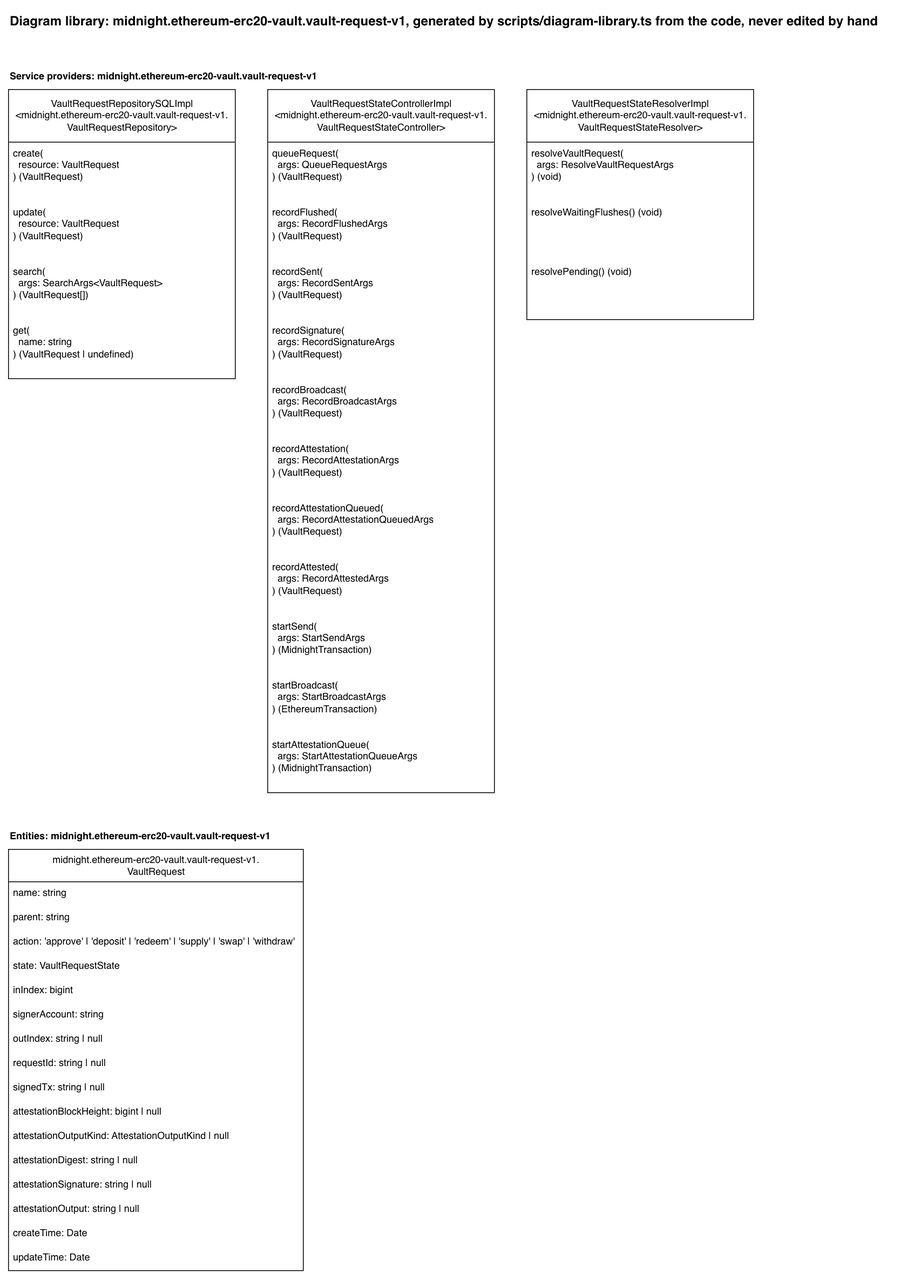
sig-net/full-stack-demo keeps this draw.io diagram as docs/diagram-library/midnight/ethereum-erc20-vault/vault-request-v1/diagram-library.drawio.png. Above is the earlier version. Source tidied: cells renumbered, new cells last; positions are measured from the earlier drawing's top-left corner, leaving out a move shared by most shapes. Source of this version:
```xml
<mxGraphModel>
  <root>
    <mxCell id="0" />
    <mxCell id="1" parent="0" />
    <mxCell id="2" value="Diagram library: midnight.ethereum-erc20-vault.vault-request-v1, generated by scripts/diagram-library.ts from the code, never edited by hand" style="text;html=1;fontStyle=1;fontSize=16;" parent="1" vertex="1">
      <mxGeometry width="1115" height="30" as="geometry" />
    </mxCell>
    <mxCell id="3" value="Service providers: midnight.ethereum-erc20-vault.vault-request-v1" style="text;html=1;fontStyle=1;" parent="1" vertex="1">
      <mxGeometry y="70" width="407" height="20" as="geometry" />
    </mxCell>
    <mxCell id="4" value="VaultRequestRepositorySQLImpl&lt;br&gt;&amp;lt;midnight.ethereum-erc20-vault.vault-request-v1.&lt;br&gt;VaultRequestRepository&amp;gt;" style="swimlane;fontStyle=0;horizontal=1;startSize=65;fillColor=default;html=1;fillStyle=solid;" parent="1" vertex="1">
      <mxGeometry y="100" width="280" height="357" as="geometry" />
    </mxCell>
    <mxCell id="5" value="create(&lt;br&gt;&amp;nbsp; resource: VaultRequest&lt;br&gt;) (VaultRequest)" style="text;strokeColor=none;fillColor=none;align=left;verticalAlign=top;spacingLeft=4;spacingRight=4;overflow=hidden;whiteSpace=wrap;html=1;" parent="4" vertex="1">
      <mxGeometry y="65" width="280" height="73" as="geometry" />
    </mxCell>
    <mxCell id="6" value="update(&lt;br&gt;&amp;nbsp; resource: VaultRequest&lt;br&gt;) (VaultRequest)" style="text;strokeColor=none;fillColor=none;align=left;verticalAlign=top;spacingLeft=4;spacingRight=4;overflow=hidden;whiteSpace=wrap;html=1;" parent="4" vertex="1">
      <mxGeometry y="138" width="280" height="73" as="geometry" />
    </mxCell>
    <mxCell id="7" value="search(&lt;br&gt;&amp;nbsp; args: SearchArgs&amp;lt;VaultRequest&amp;gt;&lt;br&gt;) (VaultRequest[])" style="text;strokeColor=none;fillColor=none;align=left;verticalAlign=top;spacingLeft=4;spacingRight=4;overflow=hidden;whiteSpace=wrap;html=1;" parent="4" vertex="1">
      <mxGeometry y="211" width="280" height="73" as="geometry" />
    </mxCell>
    <mxCell id="8" value="get(&lt;br&gt;&amp;nbsp; name: string&lt;br&gt;) (VaultRequest | undefined)" style="text;strokeColor=none;fillColor=none;align=left;verticalAlign=top;spacingLeft=4;spacingRight=4;overflow=hidden;whiteSpace=wrap;html=1;" parent="4" vertex="1">
      <mxGeometry y="284" width="280" height="73" as="geometry" />
    </mxCell>
    <mxCell id="9" value="VaultRequestStateControllerImpl&lt;br&gt;&amp;lt;midnight.ethereum-erc20-vault.vault-request-v1.&lt;br&gt;VaultRequestStateController&amp;gt;" style="swimlane;fontStyle=0;horizontal=1;startSize=65;fillColor=default;html=1;fillStyle=solid;" parent="1" vertex="1">
      <mxGeometry x="320" y="100" width="280" height="868" as="geometry" />
    </mxCell>
    <mxCell id="10" value="queueRequest(&lt;br&gt;&amp;nbsp; args: QueueRequestArgs&lt;br&gt;) (VaultRequest)" style="text;strokeColor=none;fillColor=none;align=left;verticalAlign=top;spacingLeft=4;spacingRight=4;overflow=hidden;whiteSpace=wrap;html=1;" parent="9" vertex="1">
      <mxGeometry y="65" width="280" height="73" as="geometry" />
    </mxCell>
    <mxCell id="11" value="recordFlushed(&lt;br&gt;&amp;nbsp; args: RecordFlushedArgs&lt;br&gt;) (VaultRequest)" style="text;strokeColor=none;fillColor=none;align=left;verticalAlign=top;spacingLeft=4;spacingRight=4;overflow=hidden;whiteSpace=wrap;html=1;" parent="9" vertex="1">
      <mxGeometry y="138" width="280" height="73" as="geometry" />
    </mxCell>
    <mxCell id="12" value="recordSent(&lt;br&gt;&amp;nbsp; args: RecordSentArgs&lt;br&gt;) (VaultRequest)" style="text;strokeColor=none;fillColor=none;align=left;verticalAlign=top;spacingLeft=4;spacingRight=4;overflow=hidden;whiteSpace=wrap;html=1;" parent="9" vertex="1">
      <mxGeometry y="211" width="280" height="73" as="geometry" />
    </mxCell>
    <mxCell id="13" value="recordSignature(&lt;br&gt;&amp;nbsp; args: RecordSignatureArgs&lt;br&gt;) (VaultRequest)" style="text;strokeColor=none;fillColor=none;align=left;verticalAlign=top;spacingLeft=4;spacingRight=4;overflow=hidden;whiteSpace=wrap;html=1;" parent="9" vertex="1">
      <mxGeometry y="284" width="280" height="73" as="geometry" />
    </mxCell>
    <mxCell id="14" value="recordBroadcast(&lt;br&gt;&amp;nbsp; args: RecordBroadcastArgs&lt;br&gt;) (VaultRequest)" style="text;strokeColor=none;fillColor=none;align=left;verticalAlign=top;spacingLeft=4;spacingRight=4;overflow=hidden;whiteSpace=wrap;html=1;" parent="9" vertex="1">
      <mxGeometry y="357" width="280" height="73" as="geometry" />
    </mxCell>
    <mxCell id="15" value="recordAttestation(&lt;br&gt;&amp;nbsp; args: RecordAttestationArgs&lt;br&gt;) (VaultRequest)" style="text;strokeColor=none;fillColor=none;align=left;verticalAlign=top;spacingLeft=4;spacingRight=4;overflow=hidden;whiteSpace=wrap;html=1;" parent="9" vertex="1">
      <mxGeometry y="430" width="280" height="73" as="geometry" />
    </mxCell>
    <mxCell id="16" value="recordAttestationQueued(&lt;br&gt;&amp;nbsp; args: RecordAttestationQueuedArgs&lt;br&gt;) (VaultRequest)" style="text;strokeColor=none;fillColor=none;align=left;verticalAlign=top;spacingLeft=4;spacingRight=4;overflow=hidden;whiteSpace=wrap;html=1;" parent="9" vertex="1">
      <mxGeometry y="503" width="280" height="73" as="geometry" />
    </mxCell>
    <mxCell id="17" value="recordAttested(&lt;br&gt;&amp;nbsp; args: RecordAttestedArgs&lt;br&gt;) (VaultRequest)" style="text;strokeColor=none;fillColor=none;align=left;verticalAlign=top;spacingLeft=4;spacingRight=4;overflow=hidden;whiteSpace=wrap;html=1;" parent="9" vertex="1">
      <mxGeometry y="576" width="280" height="73" as="geometry" />
    </mxCell>
    <mxCell id="18" value="startSend(&lt;br&gt;&amp;nbsp; args: StartSendArgs&lt;br&gt;) (MidnightTransaction)" style="text;strokeColor=none;fillColor=none;align=left;verticalAlign=top;spacingLeft=4;spacingRight=4;overflow=hidden;whiteSpace=wrap;html=1;" parent="9" vertex="1">
      <mxGeometry y="649" width="280" height="73" as="geometry" />
    </mxCell>
    <mxCell id="19" value="startBroadcast(&lt;br&gt;&amp;nbsp; args: StartBroadcastArgs&lt;br&gt;) (EthereumTransaction)" style="text;strokeColor=none;fillColor=none;align=left;verticalAlign=top;spacingLeft=4;spacingRight=4;overflow=hidden;whiteSpace=wrap;html=1;" parent="9" vertex="1">
      <mxGeometry y="722" width="280" height="73" as="geometry" />
    </mxCell>
    <mxCell id="20" value="startAttestationQueue(&lt;br&gt;&amp;nbsp; args: StartAttestationQueueArgs&lt;br&gt;) (MidnightTransaction)" style="text;strokeColor=none;fillColor=none;align=left;verticalAlign=top;spacingLeft=4;spacingRight=4;overflow=hidden;whiteSpace=wrap;html=1;" parent="9" vertex="1">
      <mxGeometry y="795" width="280" height="73" as="geometry" />
    </mxCell>
    <mxCell id="21" value="VaultRequestStateResolverImpl&lt;br&gt;&amp;lt;midnight.ethereum-erc20-vault.vault-request-v1.&lt;br&gt;VaultRequestStateResolver&amp;gt;" style="swimlane;fontStyle=0;horizontal=1;startSize=65;fillColor=default;html=1;fillStyle=solid;" parent="1" vertex="1">
      <mxGeometry x="640" y="100" width="280" height="284" as="geometry" />
    </mxCell>
    <mxCell id="22" value="resolveVaultRequest(&lt;br&gt;&amp;nbsp; args: ResolveVaultRequestArgs&lt;br&gt;) (void)" style="text;strokeColor=none;fillColor=none;align=left;verticalAlign=top;spacingLeft=4;spacingRight=4;overflow=hidden;whiteSpace=wrap;html=1;" parent="21" vertex="1">
      <mxGeometry y="65" width="280" height="73" as="geometry" />
    </mxCell>
    <mxCell id="23" value="resolveWaitingFlushes() (void)" style="text;strokeColor=none;fillColor=none;align=left;verticalAlign=top;spacingLeft=4;spacingRight=4;overflow=hidden;whiteSpace=wrap;html=1;" parent="21" vertex="1">
      <mxGeometry y="138" width="280" height="73" as="geometry" />
    </mxCell>
    <mxCell id="24" value="resolvePending() (void)" style="text;strokeColor=none;fillColor=none;align=left;verticalAlign=top;spacingLeft=4;spacingRight=4;overflow=hidden;whiteSpace=wrap;html=1;" parent="21" vertex="1">
      <mxGeometry y="211" width="280" height="73" as="geometry" />
    </mxCell>
    <mxCell id="25" value="Entities: midnight.ethereum-erc20-vault.vault-request-v1" style="text;html=1;fontStyle=1;" parent="1" vertex="1">
      <mxGeometry y="1008" width="348" height="20" as="geometry" />
    </mxCell>
    <mxCell id="26" value="midnight.ethereum-erc20-vault.vault-request-v1.&lt;br&gt;VaultRequest" style="swimlane;fontStyle=0;horizontal=1;startSize=40;fillColor=default;html=1;fillStyle=solid;" parent="1" vertex="1">
      <mxGeometry y="1038" width="364" height="520" as="geometry" />
    </mxCell>
    <mxCell id="27" value="name: string" style="text;strokeColor=none;fillColor=none;align=left;verticalAlign=top;spacingLeft=4;spacingRight=4;overflow=hidden;whiteSpace=wrap;html=1;" parent="26" vertex="1">
      <mxGeometry y="40" width="364" height="30" as="geometry" />
    </mxCell>
    <mxCell id="28" value="parent: string" style="text;strokeColor=none;fillColor=none;align=left;verticalAlign=top;spacingLeft=4;spacingRight=4;overflow=hidden;whiteSpace=wrap;html=1;" parent="26" vertex="1">
      <mxGeometry y="70" width="364" height="30" as="geometry" />
    </mxCell>
    <mxCell id="29" value="action: 'approve' | 'deposit' | 'redeem' | 'supply' | 'swap' | 'withdraw'" style="text;strokeColor=none;fillColor=none;align=left;verticalAlign=top;spacingLeft=4;spacingRight=4;overflow=hidden;whiteSpace=wrap;html=1;" parent="26" vertex="1">
      <mxGeometry y="100" width="364" height="30" as="geometry" />
    </mxCell>
    <mxCell id="30" value="state: VaultRequestState" style="text;strokeColor=none;fillColor=none;align=left;verticalAlign=top;spacingLeft=4;spacingRight=4;overflow=hidden;whiteSpace=wrap;html=1;" parent="26" vertex="1">
      <mxGeometry y="130" width="364" height="30" as="geometry" />
    </mxCell>
    <mxCell id="31" value="inIndex: bigint" style="text;strokeColor=none;fillColor=none;align=left;verticalAlign=top;spacingLeft=4;spacingRight=4;overflow=hidden;whiteSpace=wrap;html=1;" parent="26" vertex="1">
      <mxGeometry y="160" width="364" height="30" as="geometry" />
    </mxCell>
    <mxCell id="32" value="signerAccount: string" style="text;strokeColor=none;fillColor=none;align=left;verticalAlign=top;spacingLeft=4;spacingRight=4;overflow=hidden;whiteSpace=wrap;html=1;" parent="26" vertex="1">
      <mxGeometry y="190" width="364" height="30" as="geometry" />
    </mxCell>
    <mxCell id="33" value="outIndex: string | null" style="text;strokeColor=none;fillColor=none;align=left;verticalAlign=top;spacingLeft=4;spacingRight=4;overflow=hidden;whiteSpace=wrap;html=1;" parent="26" vertex="1">
      <mxGeometry y="220" width="364" height="30" as="geometry" />
    </mxCell>
    <mxCell id="34" value="requestId: string | null" style="text;strokeColor=none;fillColor=none;align=left;verticalAlign=top;spacingLeft=4;spacingRight=4;overflow=hidden;whiteSpace=wrap;html=1;" parent="26" vertex="1">
      <mxGeometry y="250" width="364" height="30" as="geometry" />
    </mxCell>
    <mxCell id="35" value="signedTx: string | null" style="text;strokeColor=none;fillColor=none;align=left;verticalAlign=top;spacingLeft=4;spacingRight=4;overflow=hidden;whiteSpace=wrap;html=1;" parent="26" vertex="1">
      <mxGeometry y="280" width="364" height="30" as="geometry" />
    </mxCell>
    <mxCell id="36" value="attestationBlockHeight: bigint | null" style="text;strokeColor=none;fillColor=none;align=left;verticalAlign=top;spacingLeft=4;spacingRight=4;overflow=hidden;whiteSpace=wrap;html=1;" parent="26" vertex="1">
      <mxGeometry y="310" width="364" height="30" as="geometry" />
    </mxCell>
    <mxCell id="37" value="attestationOutputKind: AttestationOutputKind | null" style="text;strokeColor=none;fillColor=none;align=left;verticalAlign=top;spacingLeft=4;spacingRight=4;overflow=hidden;whiteSpace=wrap;html=1;" parent="26" vertex="1">
      <mxGeometry y="340" width="364" height="30" as="geometry" />
    </mxCell>
    <mxCell id="38" value="attestationDigest: string | null" style="text;strokeColor=none;fillColor=none;align=left;verticalAlign=top;spacingLeft=4;spacingRight=4;overflow=hidden;whiteSpace=wrap;html=1;" parent="26" vertex="1">
      <mxGeometry y="370" width="364" height="30" as="geometry" />
    </mxCell>
    <mxCell id="39" value="attestationSignature: string | null" style="text;strokeColor=none;fillColor=none;align=left;verticalAlign=top;spacingLeft=4;spacingRight=4;overflow=hidden;whiteSpace=wrap;html=1;" parent="26" vertex="1">
      <mxGeometry y="400" width="364" height="30" as="geometry" />
    </mxCell>
    <mxCell id="40" value="attestationOutput: string | null" style="text;strokeColor=none;fillColor=none;align=left;verticalAlign=top;spacingLeft=4;spacingRight=4;overflow=hidden;whiteSpace=wrap;html=1;" parent="26" vertex="1">
      <mxGeometry y="430" width="364" height="30" as="geometry" />
    </mxCell>
    <mxCell id="41" value="createTime: Date" style="text;strokeColor=none;fillColor=none;align=left;verticalAlign=top;spacingLeft=4;spacingRight=4;overflow=hidden;whiteSpace=wrap;html=1;" parent="26" vertex="1">
      <mxGeometry y="460" width="364" height="30" as="geometry" />
    </mxCell>
    <mxCell id="42" value="updateTime: Date" style="text;strokeColor=none;fillColor=none;align=left;verticalAlign=top;spacingLeft=4;spacingRight=4;overflow=hidden;whiteSpace=wrap;html=1;" parent="26" vertex="1">
      <mxGeometry y="490" width="364" height="30" as="geometry" />
    </mxCell>
  </root>
</mxGraphModel>
```
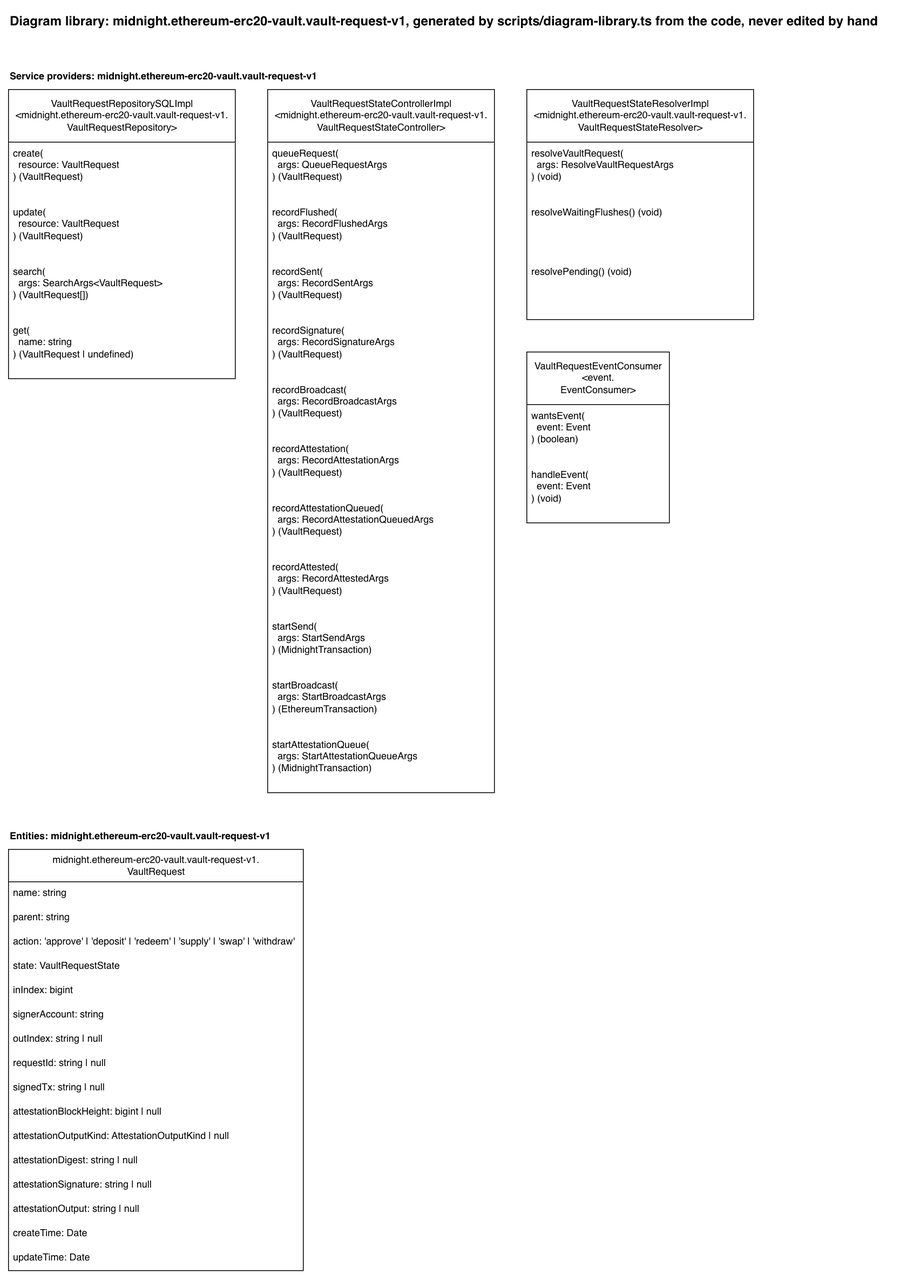
The same file after the commit.

The edit, as a diff of the source:
```diff
@@ -71,6 +71,15 @@
     <mxCell id="24" value="resolvePending() (void)" style="text;strokeColor=none;fillColor=none;align=left;verticalAlign=top;spacingLeft=4;spacingRight=4;overflow=hidden;whiteSpace=wrap;html=1;" parent="21" vertex="1">
       <mxGeometry y="211" width="280" height="73" as="geometry" />
     </mxCell>
+    <mxCell id="43" value="VaultRequestEventConsumer&lt;br&gt;&amp;lt;event.&lt;br&gt;EventConsumer&amp;gt;" style="swimlane;fontStyle=0;horizontal=1;startSize=65;fillColor=default;html=1;fillStyle=solid;" parent="1" vertex="1">
+      <mxGeometry x="640" y="424" width="176" height="211" as="geometry" />
+    </mxCell>
+    <mxCell id="44" value="wantsEvent(&lt;br&gt;&amp;nbsp; event: Event&lt;br&gt;) (boolean)" style="text;strokeColor=none;fillColor=none;align=left;verticalAlign=top;spacingLeft=4;spacingRight=4;overflow=hidden;whiteSpace=wrap;html=1;" parent="43" vertex="1">
+      <mxGeometry y="65" width="176" height="73" as="geometry" />
+    </mxCell>
+    <mxCell id="45" value="handleEvent(&lt;br&gt;&amp;nbsp; event: Event&lt;br&gt;) (void)" style="text;strokeColor=none;fillColor=none;align=left;verticalAlign=top;spacingLeft=4;spacingRight=4;overflow=hidden;whiteSpace=wrap;html=1;" parent="43" vertex="1">
+      <mxGeometry y="138" width="176" height="73" as="geometry" />
+    </mxCell>
     <mxCell id="25" value="Entities: midnight.ethereum-erc20-vault.vault-request-v1" style="text;html=1;fontStyle=1;" parent="1" vertex="1">
       <mxGeometry y="1008" width="348" height="20" as="geometry" />
     </mxCell>
```
